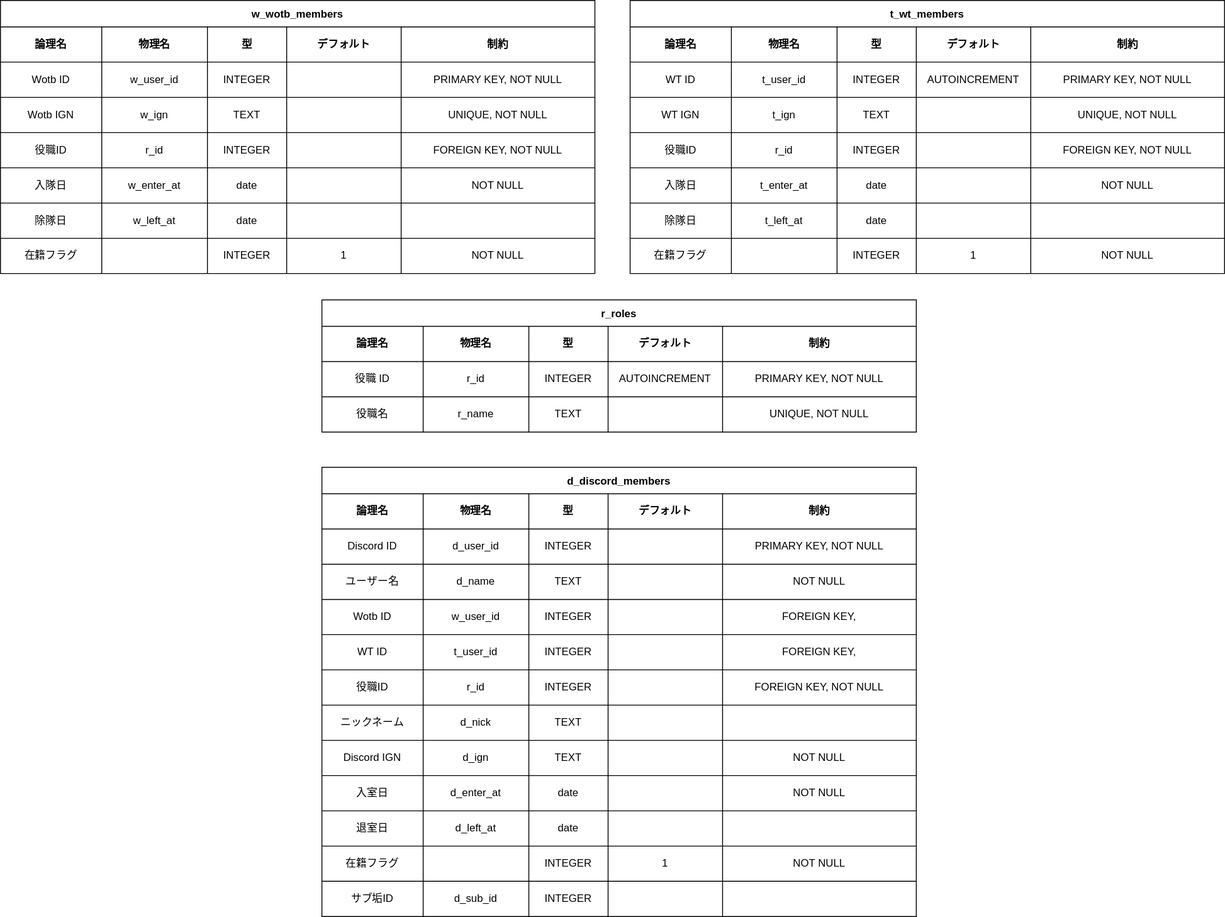
Before: doc/DB-Butsuri.drawio.svg, a diagram exported from draw.io (otazero/ClanManagementDiscordBot). Source tidied: cells renumbered, new cells last; positions are measured from the earlier drawing's top-left corner, leaving out a move shared by most shapes.
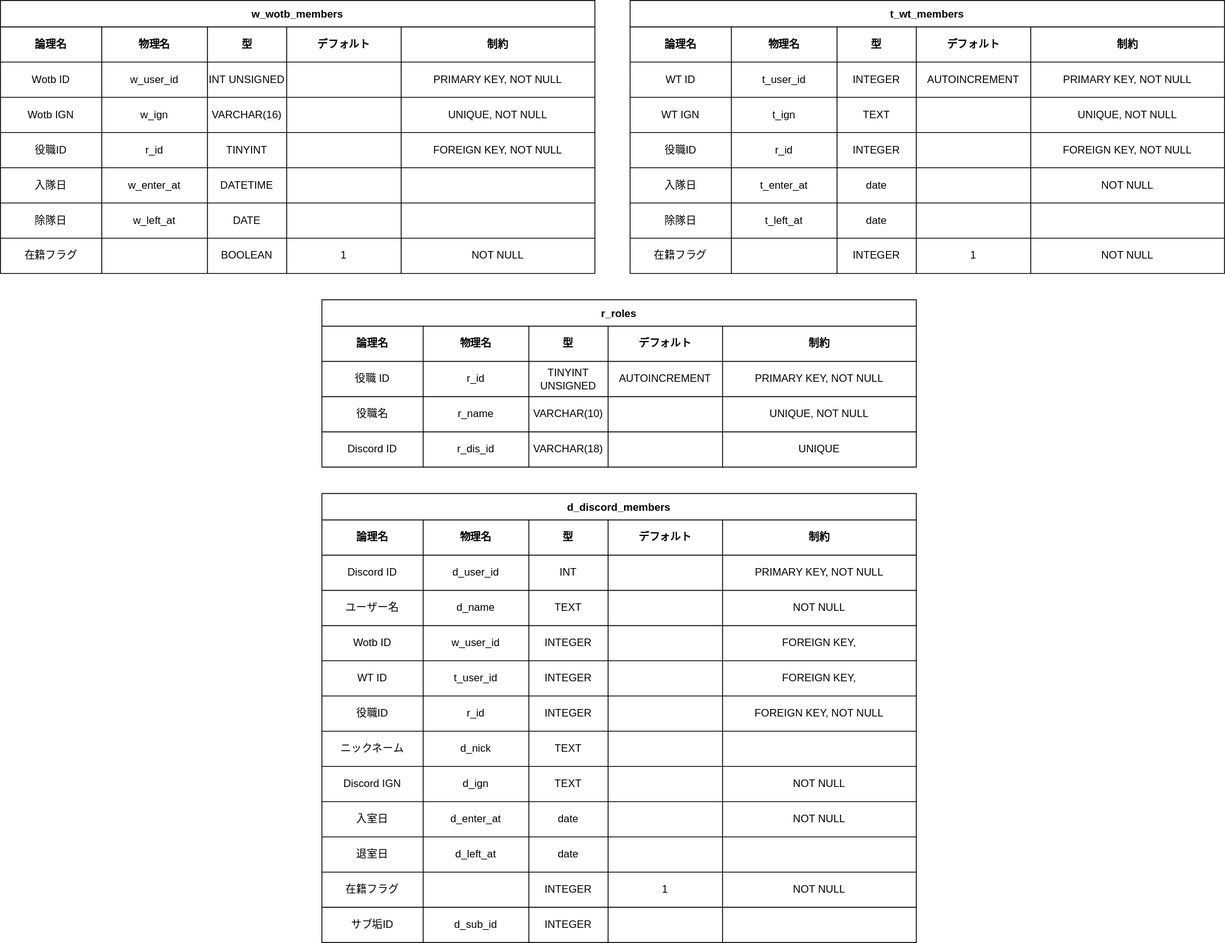
Later version of the same file.

The edit, as a diff of the source:
```diff
@@ -35,7 +35,7 @@
     <mxCell id="12" value="w_user_id" style="shape=partialRectangle;html=1;whiteSpace=wrap;fillColor=none;top=0;left=0;bottom=0;right=0;overflow=hidden;" parent="10" vertex="1">
       <mxGeometry x="115" width="120" height="40" as="geometry" />
     </mxCell>
-    <mxCell id="13" value="INTEGER" style="shape=partialRectangle;html=1;whiteSpace=wrap;fillColor=none;top=0;left=0;bottom=0;right=0;overflow=hidden;" parent="10" vertex="1">
+    <mxCell id="13" value="INT&amp;nbsp;UNSIGNED" style="shape=partialRectangle;html=1;whiteSpace=wrap;fillColor=none;top=0;left=0;bottom=0;right=0;overflow=hidden;" parent="10" vertex="1">
       <mxGeometry x="235" width="90" height="40" as="geometry" />
     </mxCell>
     <mxCell id="14" style="shape=partialRectangle;html=1;whiteSpace=wrap;fillColor=none;top=0;left=0;bottom=0;right=0;overflow=hidden;" parent="10" vertex="1">
@@ -53,7 +53,7 @@
     <mxCell id="18" value="w_ign" style="shape=partialRectangle;html=1;whiteSpace=wrap;fillColor=none;top=0;left=0;bottom=0;right=0;overflow=hidden;" parent="16" vertex="1">
       <mxGeometry x="115" width="120" height="40" as="geometry" />
     </mxCell>
-    <mxCell id="19" value="TEXT" style="shape=partialRectangle;html=1;whiteSpace=wrap;fillColor=none;top=0;left=0;bottom=0;right=0;overflow=hidden;" parent="16" vertex="1">
+    <mxCell id="19" value="VARCHAR(16)" style="shape=partialRectangle;html=1;whiteSpace=wrap;fillColor=none;top=0;left=0;bottom=0;right=0;overflow=hidden;" parent="16" vertex="1">
       <mxGeometry x="235" width="90" height="40" as="geometry" />
     </mxCell>
     <mxCell id="20" style="shape=partialRectangle;html=1;whiteSpace=wrap;fillColor=none;top=0;left=0;bottom=0;right=0;overflow=hidden;" parent="16" vertex="1">
@@ -71,7 +71,7 @@
     <mxCell id="24" value="r_id" style="shape=partialRectangle;html=1;whiteSpace=wrap;fillColor=none;top=0;left=0;bottom=0;right=0;overflow=hidden;" parent="22" vertex="1">
       <mxGeometry x="115" width="120" height="40" as="geometry" />
     </mxCell>
-    <mxCell id="25" value="INTEGER" style="shape=partialRectangle;html=1;whiteSpace=wrap;fillColor=none;top=0;left=0;bottom=0;right=0;overflow=hidden;" parent="22" vertex="1">
+    <mxCell id="25" value="TINYINT" style="shape=partialRectangle;html=1;whiteSpace=wrap;fillColor=none;top=0;left=0;bottom=0;right=0;overflow=hidden;" parent="22" vertex="1">
       <mxGeometry x="235" width="90" height="40" as="geometry" />
     </mxCell>
     <mxCell id="26" style="shape=partialRectangle;html=1;whiteSpace=wrap;fillColor=none;top=0;left=0;bottom=0;right=0;overflow=hidden;" parent="22" vertex="1">
@@ -89,13 +89,13 @@
     <mxCell id="30" value="w_enter_at" style="shape=partialRectangle;html=1;whiteSpace=wrap;fillColor=none;top=0;left=0;bottom=0;right=0;overflow=hidden;" parent="28" vertex="1">
       <mxGeometry x="115" width="120" height="40" as="geometry" />
     </mxCell>
-    <mxCell id="31" value="date" style="shape=partialRectangle;html=1;whiteSpace=wrap;fillColor=none;top=0;left=0;bottom=0;right=0;overflow=hidden;" parent="28" vertex="1">
+    <mxCell id="31" value="DATETIME" style="shape=partialRectangle;html=1;whiteSpace=wrap;fillColor=none;top=0;left=0;bottom=0;right=0;overflow=hidden;" parent="28" vertex="1">
       <mxGeometry x="235" width="90" height="40" as="geometry" />
     </mxCell>
     <mxCell id="32" style="shape=partialRectangle;html=1;whiteSpace=wrap;fillColor=none;top=0;left=0;bottom=0;right=0;overflow=hidden;" parent="28" vertex="1">
       <mxGeometry x="325" width="130" height="40" as="geometry" />
     </mxCell>
-    <mxCell id="33" value="NOT NULL" style="shape=partialRectangle;html=1;whiteSpace=wrap;fillColor=none;top=0;left=0;bottom=0;right=0;overflow=hidden;" parent="28" vertex="1">
+    <mxCell id="33" style="shape=partialRectangle;html=1;whiteSpace=wrap;fillColor=none;top=0;left=0;bottom=0;right=0;overflow=hidden;" parent="28" vertex="1">
       <mxGeometry x="455" width="220" height="40" as="geometry" />
     </mxCell>
     <mxCell id="34" style="shape=partialRectangle;html=1;whiteSpace=wrap;fillColor=none;top=0;left=0;bottom=0;right=0;" parent="3" vertex="1">
@@ -107,7 +107,7 @@
     <mxCell id="36" value="w_left_at" style="shape=partialRectangle;html=1;whiteSpace=wrap;fillColor=none;top=0;left=0;bottom=0;right=0;overflow=hidden;" parent="34" vertex="1">
       <mxGeometry x="115" width="120" height="40" as="geometry" />
     </mxCell>
-    <mxCell id="37" value="date" style="shape=partialRectangle;html=1;whiteSpace=wrap;fillColor=none;top=0;left=0;bottom=0;right=0;overflow=hidden;" parent="34" vertex="1">
+    <mxCell id="37" value="DATE" style="shape=partialRectangle;html=1;whiteSpace=wrap;fillColor=none;top=0;left=0;bottom=0;right=0;overflow=hidden;" parent="34" vertex="1">
       <mxGeometry x="235" width="90" height="40" as="geometry" />
     </mxCell>
     <mxCell id="38" style="shape=partialRectangle;html=1;whiteSpace=wrap;fillColor=none;top=0;left=0;bottom=0;right=0;overflow=hidden;" parent="34" vertex="1">
@@ -125,7 +125,7 @@
     <mxCell id="42" value="&lt;pre style=&quot;margin-top: 0px ; margin-bottom: 0px ; padding: 0px ; line-height: 1.75&quot;&gt;&lt;font face=&quot;Helvetica&quot;&gt;w_is_flag&lt;/font&gt;&lt;/pre&gt;" style="shape=partialRectangle;html=1;whiteSpace=wrap;fillColor=none;top=0;left=0;bottom=0;right=0;overflow=hidden;" parent="40" vertex="1">
       <mxGeometry x="115" width="120" height="40" as="geometry" />
     </mxCell>
-    <mxCell id="43" value="INTEGER" style="shape=partialRectangle;html=1;whiteSpace=wrap;fillColor=none;top=0;left=0;bottom=0;right=0;overflow=hidden;" parent="40" vertex="1">
+    <mxCell id="43" value="BOOLEAN" style="shape=partialRectangle;html=1;whiteSpace=wrap;fillColor=none;top=0;left=0;bottom=0;right=0;overflow=hidden;" parent="40" vertex="1">
       <mxGeometry x="235" width="90" height="40" as="geometry" />
     </mxCell>
     <mxCell id="44" value="1" style="shape=partialRectangle;html=1;whiteSpace=wrap;fillColor=none;top=0;left=0;bottom=0;right=0;overflow=hidden;" parent="40" vertex="1">
@@ -276,7 +276,7 @@
       <mxGeometry x="455" width="220" height="40" as="geometry" />
     </mxCell>
     <mxCell id="93" value="r_roles" style="shape=table;startSize=30;fontStyle=1;align=center;" parent="1" vertex="1">
-      <mxGeometry x="365" y="340" width="675" height="150" as="geometry" />
+      <mxGeometry x="365" y="340" width="675" height="190" as="geometry" />
     </mxCell>
     <mxCell id="94" style="shape=partialRectangle;html=1;whiteSpace=wrap;fillColor=none;top=0;left=0;bottom=0;right=0;" parent="93" vertex="1">
       <mxGeometry y="30" width="675" height="40" as="geometry" />
@@ -305,7 +305,7 @@
     <mxCell id="102" value="r_id" style="shape=partialRectangle;html=1;whiteSpace=wrap;fillColor=none;top=0;left=0;bottom=0;right=0;overflow=hidden;" parent="100" vertex="1">
       <mxGeometry x="115" width="120" height="40" as="geometry" />
     </mxCell>
-    <mxCell id="103" value="INTEGER" style="shape=partialRectangle;html=1;whiteSpace=wrap;fillColor=none;top=0;left=0;bottom=0;right=0;overflow=hidden;" parent="100" vertex="1">
+    <mxCell id="103" value="TINYINT UNSIGNED" style="shape=partialRectangle;html=1;whiteSpace=wrap;fillColor=none;top=0;left=0;bottom=0;right=0;overflow=hidden;" parent="100" vertex="1">
       <mxGeometry x="235" width="90" height="40" as="geometry" />
     </mxCell>
     <mxCell id="104" value="AUTOINCREMENT" style="shape=partialRectangle;html=1;whiteSpace=wrap;fillColor=none;top=0;left=0;bottom=0;right=0;overflow=hidden;" parent="100" vertex="1">
@@ -323,7 +323,7 @@
     <mxCell id="108" value="r_name" style="shape=partialRectangle;html=1;whiteSpace=wrap;fillColor=none;top=0;left=0;bottom=0;right=0;overflow=hidden;" parent="106" vertex="1">
       <mxGeometry x="115" width="120" height="40" as="geometry" />
     </mxCell>
-    <mxCell id="109" value="TEXT" style="shape=partialRectangle;html=1;whiteSpace=wrap;fillColor=none;top=0;left=0;bottom=0;right=0;overflow=hidden;" parent="106" vertex="1">
+    <mxCell id="109" value="VARCHAR(10)" style="shape=partialRectangle;html=1;whiteSpace=wrap;fillColor=none;top=0;left=0;bottom=0;right=0;overflow=hidden;" parent="106" vertex="1">
       <mxGeometry x="235" width="90" height="40" as="geometry" />
     </mxCell>
     <mxCell id="110" style="shape=partialRectangle;html=1;whiteSpace=wrap;fillColor=none;top=0;left=0;bottom=0;right=0;overflow=hidden;" parent="106" vertex="1">
@@ -332,8 +332,26 @@
     <mxCell id="111" value="UNIQUE, NOT NULL" style="shape=partialRectangle;html=1;whiteSpace=wrap;fillColor=none;top=0;left=0;bottom=0;right=0;overflow=hidden;" parent="106" vertex="1">
       <mxGeometry x="455" width="220" height="40" as="geometry" />
     </mxCell>
+    <mxCell id="185" style="shape=partialRectangle;html=1;whiteSpace=wrap;fillColor=none;top=0;left=0;bottom=0;right=0;" parent="93" vertex="1">
+      <mxGeometry y="150" width="675" height="40" as="geometry" />
+    </mxCell>
+    <mxCell id="186" value="Discord ID" style="shape=partialRectangle;html=1;whiteSpace=wrap;fillColor=none;top=0;left=0;bottom=0;right=0;overflow=hidden;" parent="185" vertex="1">
+      <mxGeometry width="115" height="40" as="geometry" />
+    </mxCell>
+    <mxCell id="187" value="r_dis_id" style="shape=partialRectangle;html=1;whiteSpace=wrap;fillColor=none;top=0;left=0;bottom=0;right=0;overflow=hidden;" parent="185" vertex="1">
+      <mxGeometry x="115" width="120" height="40" as="geometry" />
+    </mxCell>
+    <mxCell id="188" value="VARCHAR(18)" style="shape=partialRectangle;html=1;whiteSpace=wrap;fillColor=none;top=0;left=0;bottom=0;right=0;overflow=hidden;" parent="185" vertex="1">
+      <mxGeometry x="235" width="90" height="40" as="geometry" />
+    </mxCell>
+    <mxCell id="189" style="shape=partialRectangle;html=1;whiteSpace=wrap;fillColor=none;top=0;left=0;bottom=0;right=0;overflow=hidden;" parent="185" vertex="1">
+      <mxGeometry x="325" width="130" height="40" as="geometry" />
+    </mxCell>
+    <mxCell id="190" value="UNIQUE" style="shape=partialRectangle;html=1;whiteSpace=wrap;fillColor=none;top=0;left=0;bottom=0;right=0;overflow=hidden;" parent="185" vertex="1">
+      <mxGeometry x="455" width="220" height="40" as="geometry" />
+    </mxCell>
     <mxCell id="112" value="d_discord_members" style="shape=table;startSize=30;fontStyle=1;align=center;" parent="1" vertex="1">
-      <mxGeometry x="365" y="530" width="675" height="510" as="geometry" />
+      <mxGeometry x="365" y="560" width="675" height="510" as="geometry" />
     </mxCell>
     <mxCell id="113" style="shape=partialRectangle;html=1;whiteSpace=wrap;fillColor=none;top=0;left=0;bottom=0;right=0;" parent="112" vertex="1">
       <mxGeometry y="30" width="675" height="40" as="geometry" />
@@ -362,7 +380,7 @@
     <mxCell id="121" value="d_user_id" style="shape=partialRectangle;html=1;whiteSpace=wrap;fillColor=none;top=0;left=0;bottom=0;right=0;overflow=hidden;" parent="119" vertex="1">
       <mxGeometry x="115" width="120" height="40" as="geometry" />
     </mxCell>
-    <mxCell id="122" value="INTEGER" style="shape=partialRectangle;html=1;whiteSpace=wrap;fillColor=none;top=0;left=0;bottom=0;right=0;overflow=hidden;" parent="119" vertex="1">
+    <mxCell id="122" value="INT" style="shape=partialRectangle;html=1;whiteSpace=wrap;fillColor=none;top=0;left=0;bottom=0;right=0;overflow=hidden;" parent="119" vertex="1">
       <mxGeometry x="235" width="90" height="40" as="geometry" />
     </mxCell>
     <mxCell id="123" style="shape=partialRectangle;html=1;whiteSpace=wrap;fillColor=none;top=0;left=0;bottom=0;right=0;overflow=hidden;" parent="119" vertex="1">
```
